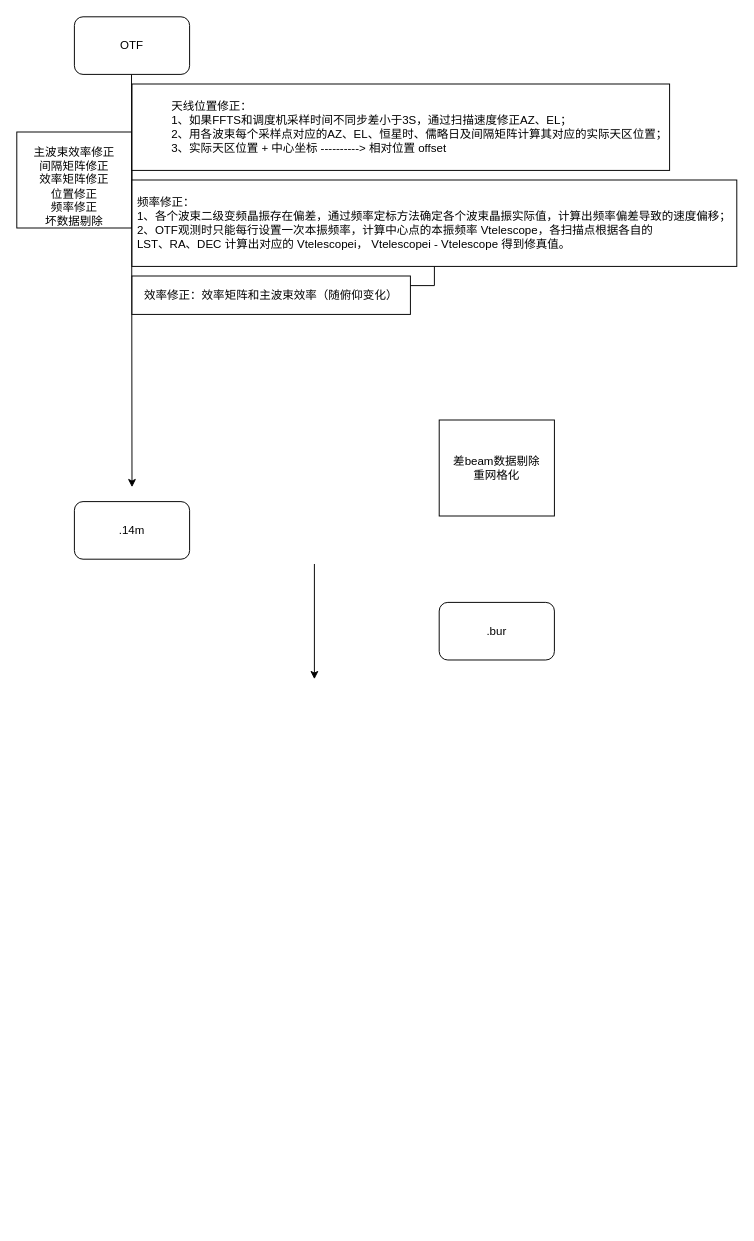
The draw.io diagram Untitled Diagram.drawio in luoluo19550418/drawio, before the edit. Source tidied: cells renumbered, new cells numbered last; positions are measured from the earlier drawing's top-left corner, leaving out a move shared by most shapes. Both pictures are drawn from the tidied source at 96%, with x=0, y=0 at pixel (16, 16).
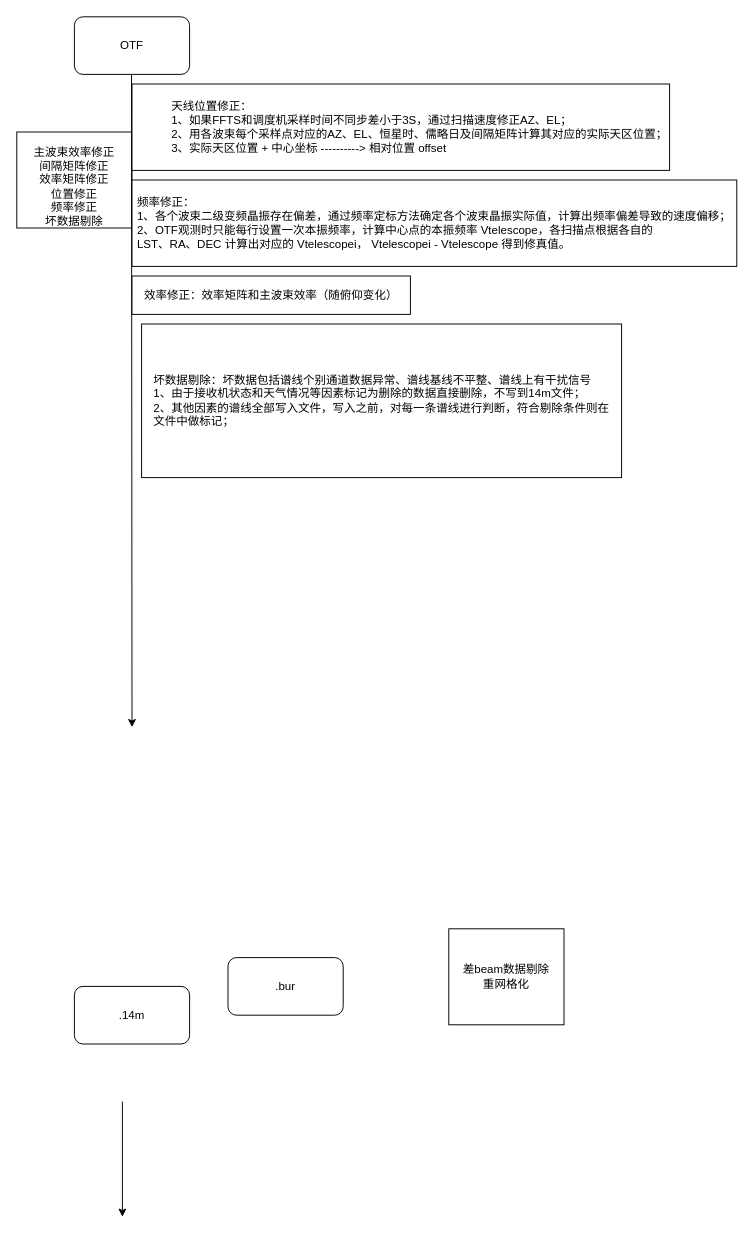
The same diagram, later.

Diff of the diagram source:
```diff
@@
 <mxGraphModel>
   <root>
     <mxCell id="0" />
     <mxCell id="1" parent="0" />
     <mxCell id="2" value="&lt;br&gt;主波束效率修正&lt;br&gt;间隔矩阵修正&lt;br&gt;效率矩阵修正&lt;br&gt;位置修正&lt;br&gt;频率修正&lt;br&gt;坏数据剔除" style="rounded=0;whiteSpace=wrap;html=1;" parent="1" vertex="1">
       <mxGeometry y="120" width="120" height="100" as="geometry" />
     </mxCell>
     <mxCell id="3" style="endArrow=classic;html=1;" parent="1" edge="1">
       <mxGeometry relative="1" as="geometry">
         <mxPoint x="119.5" y="60" as="sourcePoint" />
-        <mxPoint x="120" y="490" as="targetPoint" />
+        <mxPoint x="120" y="740" as="targetPoint" />
       </mxGeometry>
     </mxCell>
     <mxCell id="4" value="差beam数据剔除&lt;br&gt;重网格化" style="rounded=0;whiteSpace=wrap;html=1;" parent="1" vertex="1">
-      <mxGeometry x="440" y="420" width="120" height="100" as="geometry" />
+      <mxGeometry x="450" y="950" width="120" height="100" as="geometry" />
     </mxCell>
     <mxCell id="5" value="&lt;span&gt;OTF&lt;/span&gt;" style="rounded=1;whiteSpace=wrap;html=1;" parent="1" vertex="1">
       <mxGeometry x="60" width="120" height="60" as="geometry" />
     </mxCell>
     <mxCell id="6" value=".14m" style="rounded=1;whiteSpace=wrap;html=1;" parent="1" vertex="1">
-      <mxGeometry x="60" y="505" width="120" height="60" as="geometry" />
+      <mxGeometry x="60" y="1010" width="120" height="60" as="geometry" />
     </mxCell>
     <mxCell id="7" value=".bur" style="rounded=1;whiteSpace=wrap;html=1;" parent="1" vertex="1">
-      <mxGeometry x="440" y="610" width="120" height="60" as="geometry" />
+      <mxGeometry x="220" y="980" width="120" height="60" as="geometry" />
     </mxCell>
     <mxCell id="8" style="endArrow=classic;html=1;" parent="1" edge="1">
       <mxGeometry relative="1" as="geometry">
-        <mxPoint x="310" y="570" as="sourcePoint" />
-        <mxPoint x="310" y="690" as="targetPoint" />
+        <mxPoint x="110" y="1130" as="sourcePoint" />
+        <mxPoint x="110" y="1250" as="targetPoint" />
       </mxGeometry>
     </mxCell>
     <mxCell id="9" value="&lt;div style=&quot;text-align: justify&quot;&gt;&lt;span&gt;天线位置修正：&lt;/span&gt;&lt;/div&gt;&lt;div style=&quot;text-align: justify&quot;&gt;&lt;span&gt;1、如果FFTS和调度机采样时间不同步差小于3S，通过扫描速度修正AZ、EL；&lt;/span&gt;&lt;/div&gt;&lt;div style=&quot;text-align: justify&quot;&gt;&lt;span&gt;2、用各波束每个采样点对应的AZ、EL、恒星时、儒略日及间隔矩阵计算其对应的实际天区位置；&lt;/span&gt;&lt;/div&gt;&lt;div style=&quot;text-align: justify&quot;&gt;&lt;span&gt;3、实际天区位置 + 中心坐标 ----------&amp;gt; 相对位置 offset&lt;/span&gt;&lt;/div&gt;" style="rounded=0;whiteSpace=wrap;html=1;align=right;" parent="1" vertex="1">
       <mxGeometry x="120" y="70" width="560" height="90" as="geometry" />
     </mxCell>
-    <mxCell id="10" style="edgeStyle=orthogonalEdgeStyle;rounded=0;jettySize=auto;html=1;" parent="1" edge="1" source="11" target="12">
-      <mxGeometry relative="1" as="geometry" />
-    </mxCell>
     <mxCell id="11" value="&lt;div style=&quot;text-align: justify&quot;&gt;&lt;span&gt;&lt;br&gt;&lt;/span&gt;&lt;/div&gt;&lt;div style=&quot;text-align: justify&quot;&gt;&lt;span&gt;&lt;br&gt;&lt;/span&gt;&lt;/div&gt;&lt;div style=&quot;text-align: justify&quot;&gt;&lt;span&gt;&lt;br&gt;&lt;/span&gt;&lt;/div&gt;&lt;div style=&quot;text-align: justify&quot;&gt;&lt;span&gt;&lt;br&gt;&lt;/span&gt;&lt;/div&gt;&lt;div style=&quot;text-align: justify&quot;&gt;&lt;span&gt;频率修正：&lt;/span&gt;&lt;br&gt;&lt;span&gt;1、各个波束二级变频晶振存在偏差，通过频率定标方法确定各个波束晶振实际值，计算出频率偏差导致的速度偏移；&lt;/span&gt;&lt;br&gt;&lt;span&gt;2、OTF观测时只能每行设置一次本振频率，计算中心点的本振频率 Vtelescope，&lt;/span&gt;&lt;span&gt;各扫描点根据各自的&amp;nbsp;&lt;/span&gt;&lt;br&gt;&lt;span&gt;LST、RA、DEC 计算出对应的 Vtelescopei，&lt;/span&gt;&lt;span&gt;&amp;nbsp;Vtelescopei - Vtelescope 得到修真值。&lt;/span&gt;&lt;br&gt;&lt;br&gt;&lt;br&gt;&lt;span&gt;&amp;nbsp;&lt;/span&gt;&lt;br&gt;&lt;/div&gt;&lt;span&gt;&lt;div style=&quot;text-align: justify&quot;&gt;&lt;br&gt;&lt;/div&gt;&lt;/span&gt;" style="rounded=0;whiteSpace=wrap;html=1;align=center;" parent="1" vertex="1">
       <mxGeometry x="120" y="170" width="630" height="90" as="geometry" />
     </mxCell>
     <mxCell id="12" value="效率修正：效率矩阵和主波束效率（随俯仰变化）" style="rounded=0;whiteSpace=wrap;html=1;" parent="1" vertex="1">
       <mxGeometry x="120" y="270" width="290" height="40" as="geometry" />
     </mxCell>
+    <mxCell id="13" value="&lt;div style=&quot;text-align: justify&quot;&gt;&lt;span&gt;坏数据剔除：坏数据包括谱线个别通道数据异常、谱线基线不平整、谱线上有干扰信号&lt;/span&gt;&lt;/div&gt;&lt;div style=&quot;text-align: justify&quot;&gt;1、由于接收机状态和天气情况等因素标记为删除的数据直接删除，不写到14m文件；&lt;/div&gt;&lt;div style=&quot;text-align: justify&quot;&gt;2、其他因素的谱线全部写入文件，写入之前，对每一条谱线进行判断，符合剔除条件则在&lt;/div&gt;&lt;div style=&quot;text-align: justify&quot;&gt;文件中做标记；&lt;/div&gt;" style="rounded=0;whiteSpace=wrap;html=1;" parent="1" vertex="1">
+      <mxGeometry x="130" y="320" width="500" height="160" as="geometry" />
+    </mxCell>
   </root>
 </mxGraphModel>
```
